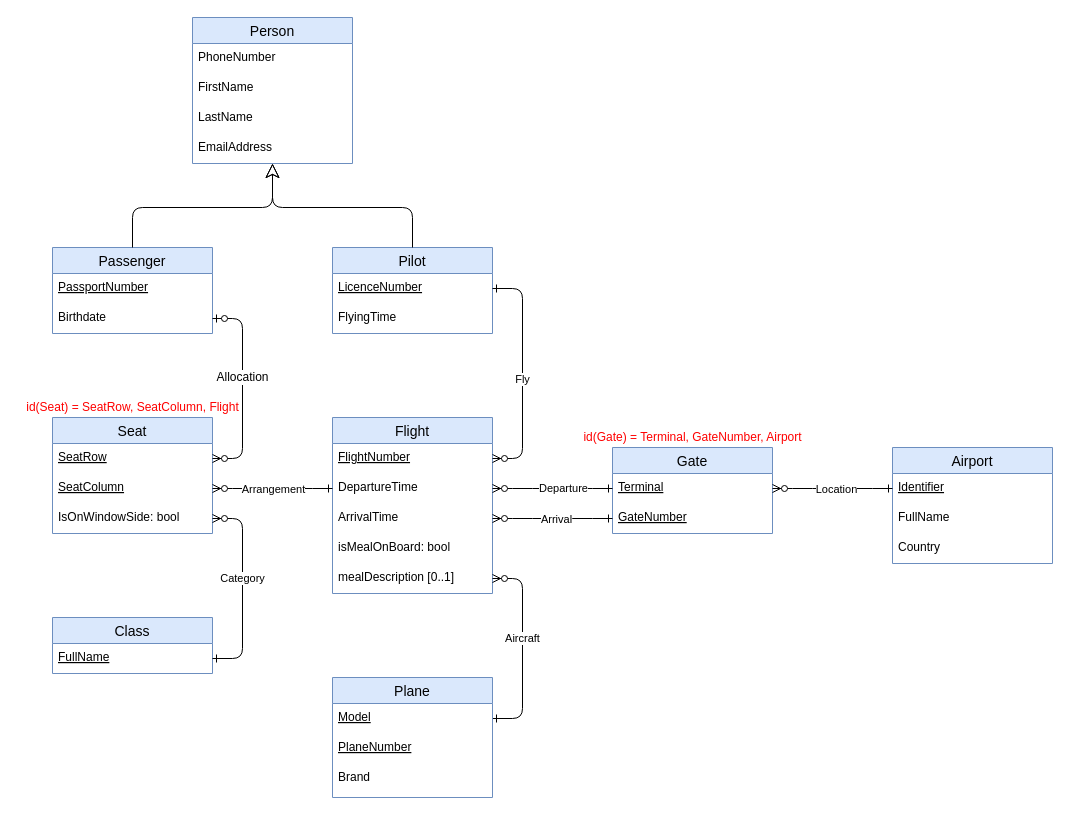
Before: Version 3.0/3.0 - schéma BD .drawio in pauline-lr/Flight-manager, a draw.io diagram. Source tidied: cells renumbered, new cells numbered last; positions are measured from the earlier drawing's top-left corner, leaving out a move shared by most shapes. Both pictures are drawn from the tidied source at 100%, with x=0, y=0 at pixel (17, 17).
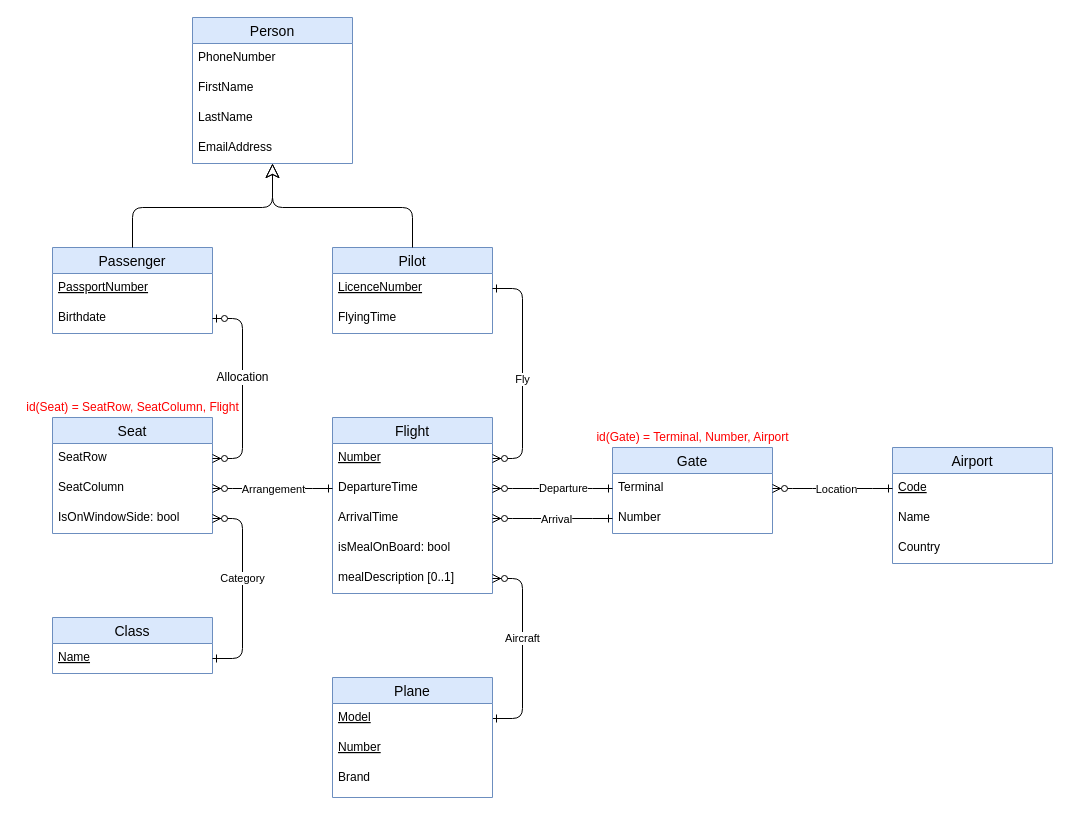
Above is the later version.

The change refers to these unchanged cells:
```xml
<mxCell id="2" value="Seat" style="swimlane;fontStyle=0;horizontal=1;startSize=26;align=center;fontSize=14;fillColor=#dae8fc;strokeColor=#6c8ebf;" parent="1" vertex="1">
  <mxGeometry x="35" y="400" width="160" height="116" as="geometry" />
</mxCell>
<mxCell id="7" value="Flight" style="swimlane;fontStyle=0;horizontal=1;startSize=26;align=center;fontSize=14;fillColor=#dae8fc;strokeColor=#6c8ebf;" parent="1" vertex="1">
  <mxGeometry x="315" y="400" width="160" height="176" as="geometry" />
</mxCell>
<mxCell id="19" value="Gate" style="swimlane;fontStyle=0;horizontal=1;startSize=26;align=center;fontSize=14;fillColor=#dae8fc;strokeColor=#6c8ebf;" parent="1" vertex="1">
  <mxGeometry x="595" y="430" width="160" height="86" as="geometry" />
</mxCell>
<mxCell id="34" value="Class" style="swimlane;fontStyle=0;horizontal=1;startSize=26;align=center;fontSize=14;fillColor=#dae8fc;strokeColor=#6c8ebf;" parent="1" vertex="1">
  <mxGeometry x="35" y="600" width="160" height="56" as="geometry" />
</mxCell>
<mxCell id="38" value="Airport" style="swimlane;fontStyle=0;horizontal=1;startSize=26;align=center;fontSize=14;fillColor=#dae8fc;strokeColor=#6c8ebf;" parent="1" vertex="1">
  <mxGeometry x="875" y="430" width="160" height="116" as="geometry" />
</mxCell>
<mxCell id="45" value="Plane" style="swimlane;fontStyle=0;horizontal=1;startSize=26;align=center;fontSize=14;fillColor=#dae8fc;strokeColor=#6c8ebf;" parent="1" vertex="1">
  <mxGeometry x="315" y="660" width="160" height="120" as="geometry" />
</mxCell>
```

What changed in the source:
```diff
@@
-    <mxCell id="3" value="SeatRow" style="text;strokeColor=none;fillColor=none;spacingLeft=4;spacingRight=4;overflow=hidden;points=[[0,0.5],[1,0.5]];portConstraint=eastwest;fontSize=12;fontStyle=4;" parent="2" vertex="1">
+    <mxCell id="3" value="SeatRow" style="text;strokeColor=none;fillColor=none;spacingLeft=4;spacingRight=4;overflow=hidden;points=[[0,0.5],[1,0.5]];portConstraint=eastwest;fontSize=12;fontStyle=0;" parent="2" vertex="1">
       <mxGeometry y="26" width="160" height="30" as="geometry" />
     </mxCell>
-    <mxCell id="4" value="SeatColumn" style="text;strokeColor=none;fillColor=none;spacingLeft=4;spacingRight=4;overflow=hidden;points=[[0,0.5],[1,0.5]];portConstraint=eastwest;fontSize=12;fontStyle=4;" parent="2" vertex="1">
+    <mxCell id="4" value="SeatColumn" style="text;strokeColor=none;fillColor=none;spacingLeft=4;spacingRight=4;overflow=hidden;points=[[0,0.5],[1,0.5]];portConstraint=eastwest;fontSize=12;fontStyle=0;" parent="2" vertex="1">
       <mxGeometry y="56" width="160" height="30" as="geometry" />
     </mxCell>
@@
-    <mxCell id="8" value="FlightNumber" style="text;strokeColor=none;fillColor=none;spacingLeft=4;spacingRight=4;overflow=hidden;points=[[0,0.5],[1,0.5]];portConstraint=eastwest;fontSize=12;fontStyle=4;" parent="7" vertex="1">
+    <mxCell id="8" value="Number" style="text;strokeColor=none;fillColor=none;spacingLeft=4;spacingRight=4;overflow=hidden;points=[[0,0.5],[1,0.5]];portConstraint=eastwest;fontSize=12;fontStyle=4;" parent="7" vertex="1">
       <mxGeometry y="26" width="160" height="30" as="geometry" />
     </mxCell>
@@
-    <mxCell id="20" value="Terminal" style="text;strokeColor=none;fillColor=none;spacingLeft=4;spacingRight=4;overflow=hidden;points=[[0,0.5],[1,0.5]];portConstraint=eastwest;fontSize=12;fontStyle=4;" parent="19" vertex="1">
+    <mxCell id="20" value="Terminal" style="text;strokeColor=none;fillColor=none;spacingLeft=4;spacingRight=4;overflow=hidden;points=[[0,0.5],[1,0.5]];portConstraint=eastwest;fontSize=12;fontStyle=0;" parent="19" vertex="1">
       <mxGeometry y="26" width="160" height="30" as="geometry" />
     </mxCell>
-    <mxCell id="21" value="GateNumber" style="text;strokeColor=none;fillColor=none;spacingLeft=4;spacingRight=4;overflow=hidden;points=[[0,0.5],[1,0.5]];portConstraint=eastwest;fontSize=12;fontStyle=4;" parent="19" vertex="1">
+    <mxCell id="21" value="Number" style="text;strokeColor=none;fillColor=none;spacingLeft=4;spacingRight=4;overflow=hidden;points=[[0,0.5],[1,0.5]];portConstraint=eastwest;fontSize=12;fontStyle=0;" parent="19" vertex="1">
       <mxGeometry y="56" width="160" height="30" as="geometry" />
     </mxCell>
@@
-    <mxCell id="35" value="FullName" style="text;strokeColor=none;fillColor=none;spacingLeft=4;spacingRight=4;overflow=hidden;points=[[0,0.5],[1,0.5]];portConstraint=eastwest;fontSize=12;fontStyle=4;" parent="34" vertex="1">
+    <mxCell id="35" value="Name" style="text;strokeColor=none;fillColor=none;spacingLeft=4;spacingRight=4;overflow=hidden;points=[[0,0.5],[1,0.5]];portConstraint=eastwest;fontSize=12;fontStyle=4;" parent="34" vertex="1">
       <mxGeometry y="26" width="160" height="30" as="geometry" />
     </mxCell>
@@
-    <mxCell id="39" value="Identifier" style="text;strokeColor=none;fillColor=none;spacingLeft=4;spacingRight=4;overflow=hidden;points=[[0,0.5],[1,0.5]];portConstraint=eastwest;fontSize=12;fontStyle=4;" parent="38" vertex="1">
+    <mxCell id="39" value="Code" style="text;strokeColor=none;fillColor=none;spacingLeft=4;spacingRight=4;overflow=hidden;points=[[0,0.5],[1,0.5]];portConstraint=eastwest;fontSize=12;fontStyle=4;" parent="38" vertex="1">
       <mxGeometry y="26" width="160" height="30" as="geometry" />
     </mxCell>
-    <mxCell id="40" value="FullName" style="text;strokeColor=none;fillColor=none;spacingLeft=4;spacingRight=4;overflow=hidden;fontSize=12;" parent="38" vertex="1">
+    <mxCell id="40" value="Name" style="text;strokeColor=none;fillColor=none;spacingLeft=4;spacingRight=4;overflow=hidden;fontSize=12;" parent="38" vertex="1">
       <mxGeometry y="56" width="160" height="30" as="geometry" />
     </mxCell>
@@
-    <mxCell id="44" value="&lt;font color=&quot;#ff0000&quot;&gt;id(Gate) = Terminal, GateNumber, Airport&lt;/font&gt;" style="text;html=1;align=center;verticalAlign=middle;" parent="1" vertex="1">
-      <mxGeometry x="560" y="410" width="230" height="20" as="geometry" />
+    <mxCell id="44" value="&lt;font color=&quot;#ff0000&quot;&gt;id(Gate) = Terminal, Number, Airport&lt;/font&gt;" style="text;html=1;align=center;verticalAlign=middle;" parent="1" vertex="1">
+      <mxGeometry x="570" y="410" width="210" height="20" as="geometry" />
     </mxCell>
@@
-    <mxCell id="47" value="PlaneNumber" style="text;strokeColor=none;fillColor=none;spacingLeft=4;spacingRight=4;overflow=hidden;fontSize=12;fontStyle=4;" parent="45" vertex="1">
+    <mxCell id="47" value="Number" style="text;strokeColor=none;fillColor=none;spacingLeft=4;spacingRight=4;overflow=hidden;fontSize=12;fontStyle=4;" parent="45" vertex="1">
       <mxGeometry y="56" width="160" height="30" as="geometry" />
     </mxCell>
```
